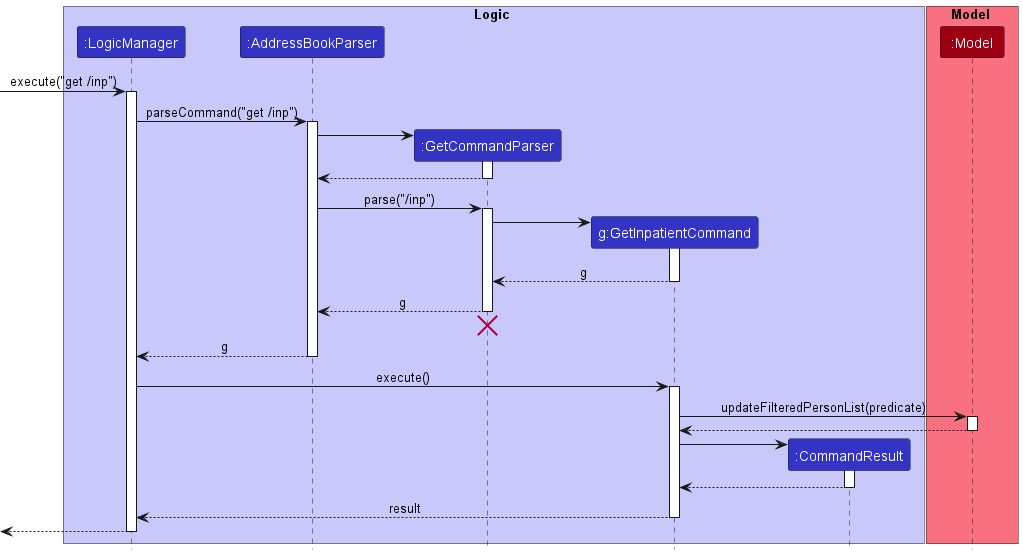
Before: docs/images/GetInpatientSequenceDiagram.png, a diagram exported from PlantUML (nus-cs2103-AY2223S1/tp). The source it was exported from:
```plantuml
@startuml
!include style.puml

box Logic LOGIC_COLOR_T1
participant ":LogicManager" as LogicManager LOGIC_COLOR
participant ":AddressBookParser" as AddressBookParser LOGIC_COLOR
participant ":GetCommandParser" as GetCommandParser LOGIC_COLOR
participant "g:GetInpatientCommand" as GetInpatientCommand LOGIC_COLOR
participant ":CommandResult" as CommandResult LOGIC_COLOR
end box

box Model MODEL_COLOR_T1
participant ":Model" as Model MODEL_COLOR
end box

[-> LogicManager : execute("get /inp")
activate LogicManager

LogicManager -> AddressBookParser : parseCommand("get /inp")
activate AddressBookParser

create GetCommandParser
AddressBookParser -> GetCommandParser
activate GetCommandParser

GetCommandParser --> AddressBookParser
deactivate GetCommandParser

AddressBookParser -> GetCommandParser : parse("/inp")
activate GetCommandParser

create GetInpatientCommand
GetCommandParser -> GetInpatientCommand
activate GetInpatientCommand

GetInpatientCommand --> GetCommandParser : g
deactivate GetInpatientCommand

GetCommandParser --> AddressBookParser : g
deactivate GetCommandParser
GetCommandParser -[hidden]-> AddressBookParser
destroy GetCommandParser

AddressBookParser --> LogicManager : g
deactivate AddressBookParser

LogicManager -> GetInpatientCommand : execute()
activate GetInpatientCommand

GetInpatientCommand -> Model : updateFilteredPersonList(predicate)
activate Model

Model --> GetInpatientCommand
deactivate Model

create CommandResult
GetInpatientCommand -> CommandResult
activate CommandResult

CommandResult --> GetInpatientCommand
deactivate CommandResult

GetInpatientCommand --> LogicManager : result
deactivate GetInpatientCommand

[<--LogicManager
deactivate LogicManager
@enduml
```
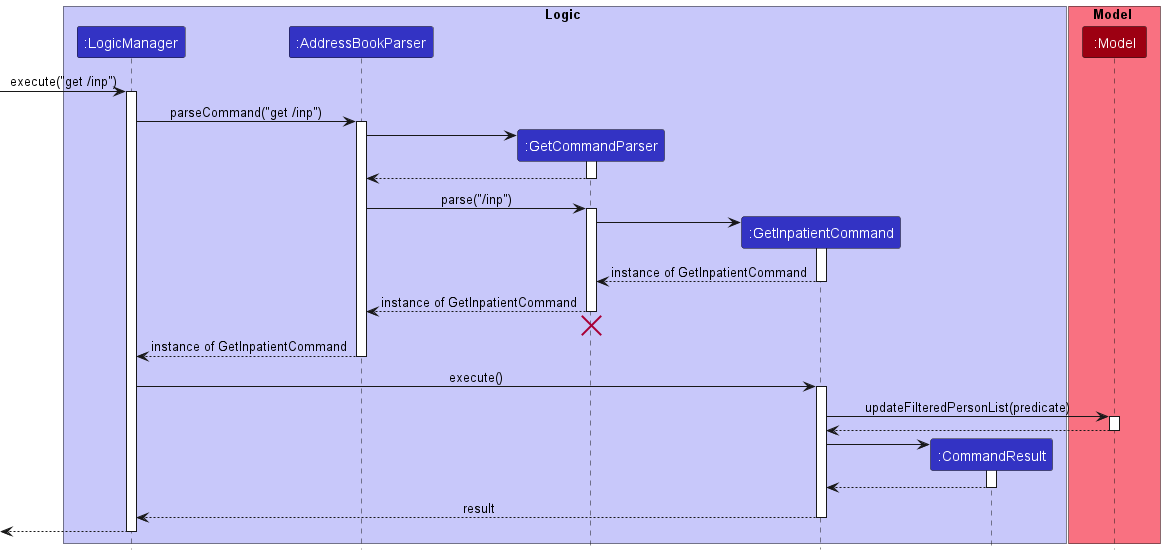
The same file after the commit.

Diff of the diagram source:
```diff
@@ -5,7 +5,7 @@
 participant ":LogicManager" as LogicManager LOGIC_COLOR
 participant ":AddressBookParser" as AddressBookParser LOGIC_COLOR
 participant ":GetCommandParser" as GetCommandParser LOGIC_COLOR
-participant "g:GetInpatientCommand" as GetInpatientCommand LOGIC_COLOR
+participant ":GetInpatientCommand" as GetInpatientCommand LOGIC_COLOR
 participant ":CommandResult" as CommandResult LOGIC_COLOR
 end box
 
@@ -33,15 +33,15 @@
 GetCommandParser -> GetInpatientCommand
 activate GetInpatientCommand
 
-GetInpatientCommand --> GetCommandParser : g
+GetInpatientCommand --> GetCommandParser : instance of GetInpatientCommand
 deactivate GetInpatientCommand
 
-GetCommandParser --> AddressBookParser : g
+GetCommandParser --> AddressBookParser : instance of GetInpatientCommand
 deactivate GetCommandParser
 GetCommandParser -[hidden]-> AddressBookParser
 destroy GetCommandParser
 
-AddressBookParser --> LogicManager : g
+AddressBookParser --> LogicManager : instance of GetInpatientCommand
 deactivate AddressBookParser
 
 LogicManager -> GetInpatientCommand : execute()
```
